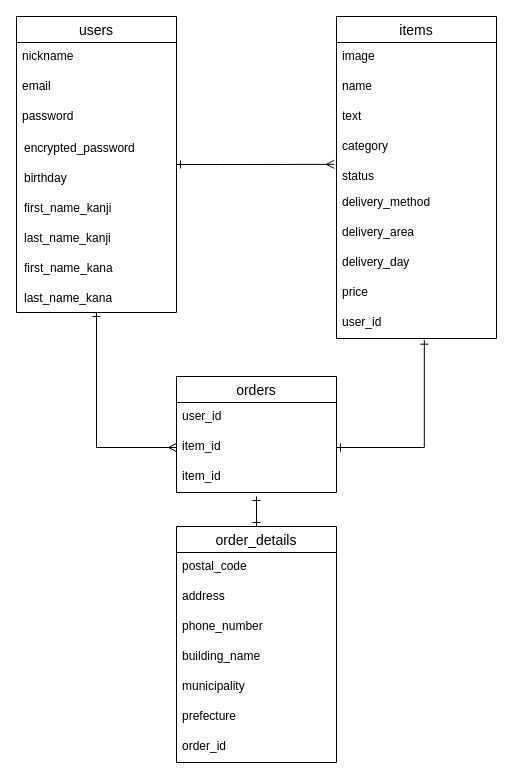
Earlier version of the draw.io diagram furima.dio (deppi0316/furima-34436). Source tidied: cells renumbered, new cells numbered last; positions are measured from the earlier drawing's top-left corner, leaving out a move shared by most shapes. Both pictures are drawn from the tidied source at 100%, with x=0, y=0 at pixel (16, 16).
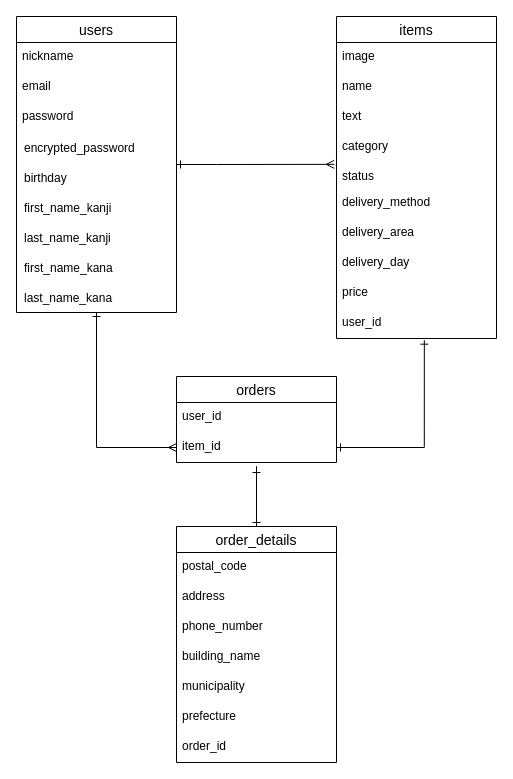
Above is the later version.

Commit message (it also covers changes not shown here):
データベース設計_3回目

Unchanged cells that the change refers to:
```xml
<mxCell id="31" value="order_details" style="swimlane;fontStyle=0;horizontal=1;startSize=26;align=center;fontSize=14;" parent="1" vertex="1">
  <mxGeometry x="160" y="510" width="160" height="236" as="geometry" />
</mxCell>
```

Change to the diagram source:
```diff
@@
     <mxCell id="25" value="orders" style="swimlane;fontStyle=0;horizontal=1;startSize=26;align=center;fontSize=14;" parent="1" vertex="1">
-      <mxGeometry x="160" y="360" width="160" height="116" as="geometry" />
+      <mxGeometry x="160" y="360" width="160" height="86" as="geometry" />
     </mxCell>
@@
-    <mxCell id="28" value="item_id" style="text;strokeColor=none;fillColor=none;spacingLeft=4;spacingRight=4;overflow=hidden;fontSize=12;" parent="25" vertex="1">
-      <mxGeometry y="86" width="160" height="30" as="geometry" />
-    </mxCell>
@@
     <mxCell id="30" style="edgeStyle=orthogonalEdgeStyle;rounded=0;jettySize=auto;html=1;startArrow=ERone;startFill=0;endArrow=ERone;endFill=0;" parent="1" edge="1" source="31">
       <mxGeometry relative="1" as="geometry">
-        <mxPoint x="240" y="480" as="targetPoint" />
+        <mxPoint x="240" y="460" as="targetPoint" />
         <Array as="points">
-          <mxPoint x="240" y="480" />
-          <mxPoint x="240" y="480" />
+          <mxPoint x="240" y="450" />
+          <mxPoint x="240" y="450" />
         </Array>
       </mxGeometry>
     </mxCell>
```
